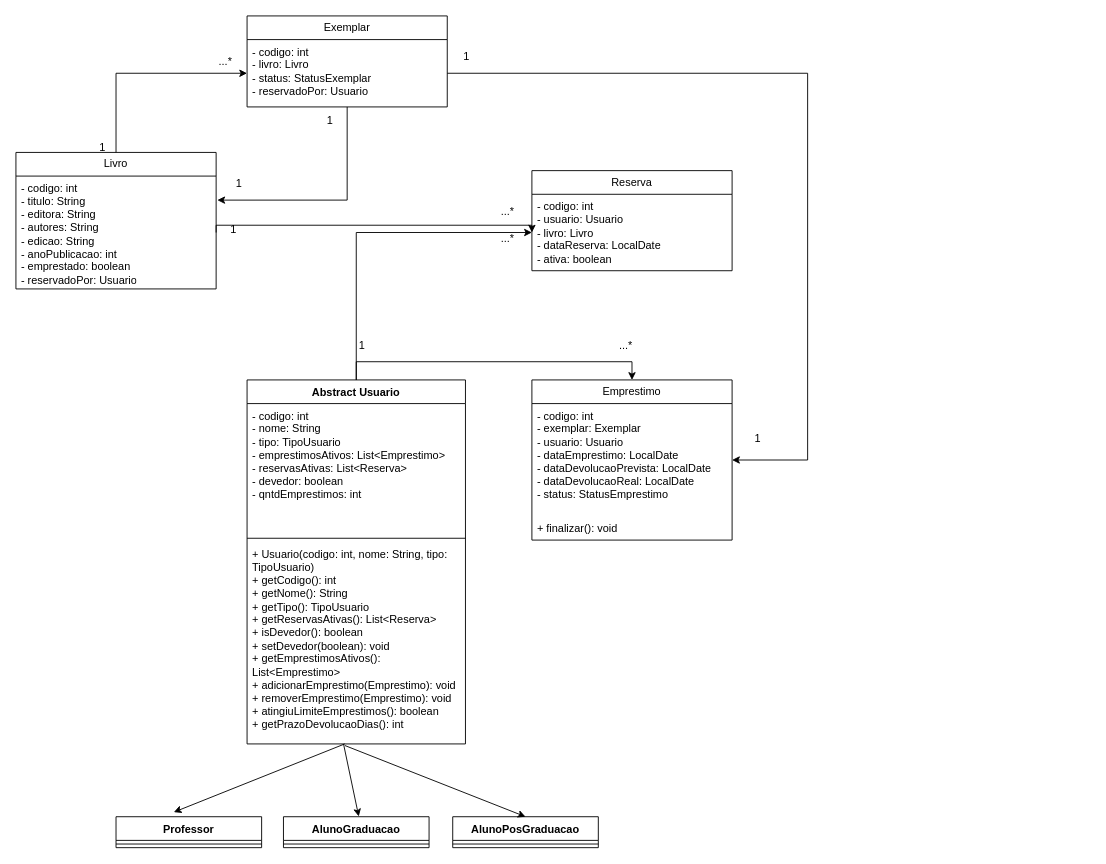
Igortpfalcao/TrabalhoEngSoftware keeps this draw.io diagram as docs/Diagrama sem nome.drawio. Above is the earlier version. Source tidied: cells renumbered, new cells numbered last; positions are measured from the earlier drawing's top-left corner, leaving out a move shared by most shapes. Both pictures are drawn from the tidied source at 91%, with x=0, y=0 at pixel (15, 15).
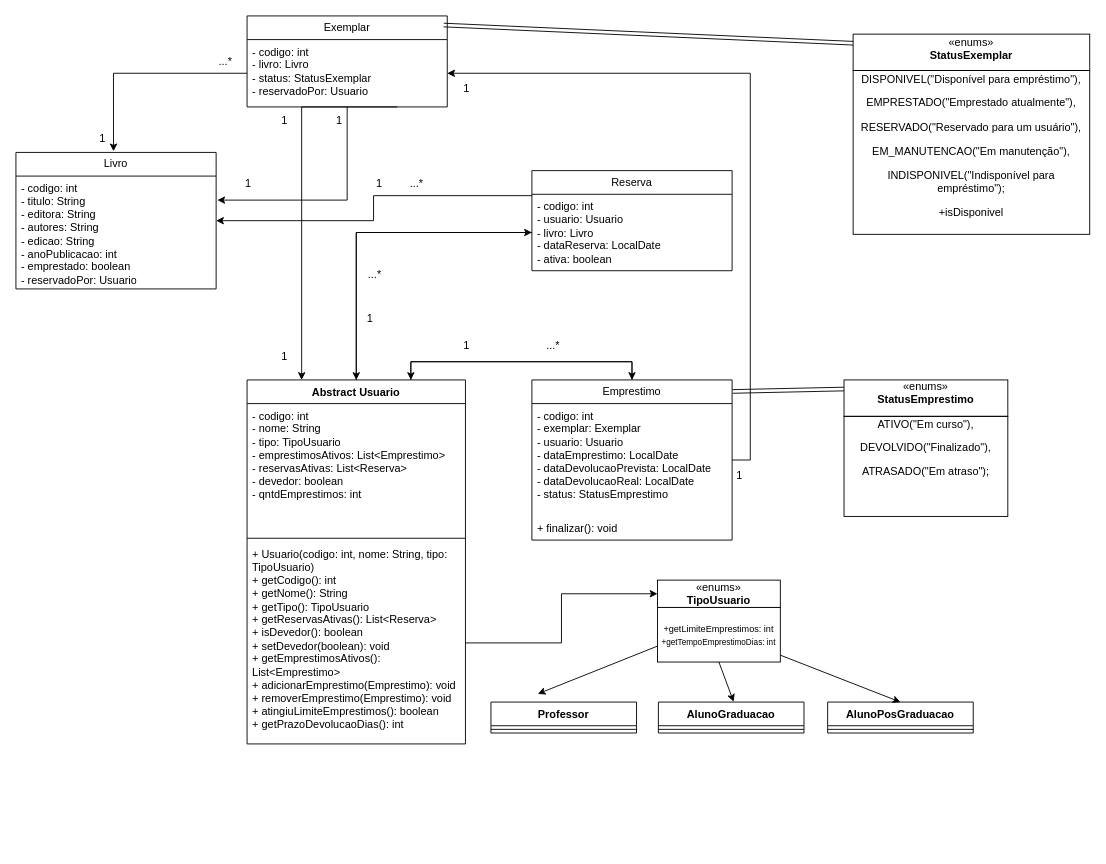
The same page after the edit.

The change refers to these unchanged cells:
```xml
<mxCell id="3" value="Abstract Usuario" style="swimlane;fontStyle=1;align=center;verticalAlign=top;horizontal=1;startSize=26;whiteSpace=wrap;html=1;" parent="1" vertex="1">
  <mxGeometry x="254" y="400" width="240" height="400" as="geometry" />
</mxCell>
<mxCell id="6" value="+ Usuario(codigo: int, nome: String, tipo: TipoUsuario)&lt;br&gt;+ getCodigo(): int&lt;br&gt;+ getNome(): String&lt;br&gt;+ getTipo(): TipoUsuario&lt;br&gt;+ getReservasAtivas(): List&amp;lt;Reserva&amp;gt;&lt;br&gt;+ isDevedor(): boolean&lt;br&gt;+ setDevedor(boolean): void&lt;br&gt;+ getEmprestimosAtivos(): List&amp;lt;Emprestimo&amp;gt;&lt;br&gt;+ adicionarEmprestimo(Emprestimo): void&lt;br&gt;+ removerEmprestimo(Emprestimo): void&lt;br&gt;+ atingiuLimiteEmprestimos(): boolean&lt;br&gt;+ getPrazoDevolucaoDias(): int" style="text;strokeColor=none;fillColor=none;align=left;verticalAlign=top;spacingLeft=4;spacingRight=4;overflow=hidden;points=[[0,0.5],[1,0.5]];portConstraint=eastwest;whiteSpace=wrap;html=1;" parent="3" vertex="1">
  <mxGeometry y="178" width="240" height="222" as="geometry" />
</mxCell>
<mxCell id="16" value="Emprestimo" style="swimlane;fontStyle=0;horizontal=1;startSize=26;fillColor=none;whiteSpace=wrap;html=1;" parent="1" vertex="1">
  <mxGeometry x="567" y="400" width="220" height="176" as="geometry" />
</mxCell>
<mxCell id="17" value="- codigo: int&lt;br&gt;- exemplar: Exemplar&lt;br&gt;- usuario: Usuario&lt;br&gt;- dataEmprestimo: LocalDate&lt;br&gt;- dataDevolucaoPrevista: LocalDate&lt;br&gt;- dataDevolucaoReal: LocalDate&lt;br&gt;- status: StatusEmprestimo" style="text;strokeColor=none;fillColor=none;align=left;verticalAlign=top;spacingLeft=4;spacingRight=4;overflow=hidden;points=[[0,0.5],[1,0.5]];portConstraint=eastwest;whiteSpace=wrap;html=1;" parent="16" vertex="1">
  <mxGeometry y="26" width="220" height="124" as="geometry" />
</mxCell>
<mxCell id="19" value="Reserva" style="swimlane;fontStyle=0;horizontal=1;startSize=26;fillColor=none;whiteSpace=wrap;html=1;" parent="1" vertex="1">
  <mxGeometry x="567" y="170" width="220" height="110" as="geometry" />
</mxCell>
<mxCell id="20" value="- codigo: int&lt;br&gt;- usuario: Usuario&lt;br&gt;- livro: Livro&lt;br&gt;- dataReserva: LocalDate&lt;br&gt;- ativa: boolean" style="text;strokeColor=none;fillColor=none;align=left;verticalAlign=top;spacingLeft=4;spacingRight=4;overflow=hidden;points=[[0,0.5],[1,0.5]];portConstraint=eastwest;whiteSpace=wrap;html=1;" parent="19" vertex="1">
  <mxGeometry y="26" width="220" height="84" as="geometry" />
</mxCell>
<mxCell id="22" value="Livro" style="swimlane;fontStyle=0;horizontal=1;startSize=26;fillColor=none;whiteSpace=wrap;html=1;" parent="1" vertex="1">
  <mxGeometry y="150" width="220" height="150" as="geometry" />
</mxCell>
<mxCell id="23" value="- codigo: int&lt;br&gt;- titulo: String&lt;br&gt;- editora: String&lt;br&gt;- autores: String&lt;br&gt;- edicao: String&lt;br&gt;- anoPublicacao: int&lt;br&gt;- emprestado: boolean&lt;br&gt;- reservadoPor: Usuario" style="text;strokeColor=none;fillColor=none;align=left;verticalAlign=top;spacingLeft=4;spacingRight=4;overflow=hidden;points=[[0,0.5],[1,0.5]];portConstraint=eastwest;whiteSpace=wrap;html=1;" parent="22" vertex="1">
  <mxGeometry y="26" width="220" height="124" as="geometry" />
</mxCell>
<mxCell id="24" value="Exemplar" style="swimlane;fontStyle=0;horizontal=1;startSize=26;fillColor=none;whiteSpace=wrap;html=1;" parent="1" vertex="1">
  <mxGeometry x="254" width="220" height="100" as="geometry" />
</mxCell>
<mxCell id="25" value="- codigo: int&lt;br&gt;- livro: Livro&lt;br&gt;- status: StatusExemplar&lt;br&gt;- reservadoPor: Usuario" style="text;strokeColor=none;fillColor=none;align=left;verticalAlign=top;spacingLeft=4;spacingRight=4;overflow=hidden;points=[[0,0.5],[1,0.5]];portConstraint=eastwest;whiteSpace=wrap;html=1;" parent="24" vertex="1">
  <mxGeometry y="26" width="220" height="74" as="geometry" />
</mxCell>
```

The edit, as a diff of the source:
```diff
@@
-    <mxCell id="2" style="edgeStyle=orthogonalEdgeStyle;rounded=0;jettySize=auto;html=1;exitX=0.5;exitY=0;exitDx=0;exitDy=0;entryX=0.5;entryY=0;entryDx=0;entryDy=0;" parent="1" edge="1" source="3" target="16">
+    <mxCell id="2" style="edgeStyle=orthogonalEdgeStyle;rounded=0;jettySize=auto;html=1;exitX=0.75;exitY=0;exitDx=0;exitDy=0;entryX=0.5;entryY=0;entryDx=0;entryDy=0;" parent="1" edge="1" source="3" target="16">
       <mxGeometry relative="1" as="geometry" />
     </mxCell>
@@
     <mxCell id="7" value="Professor" style="swimlane;fontStyle=1;align=center;verticalAlign=top;horizontal=1;startSize=26;whiteSpace=wrap;html=1;" parent="1" vertex="1">
-      <mxGeometry x="110" y="880" width="160" height="34" as="geometry" />
+      <mxGeometry x="522" y="754" width="160" height="34" as="geometry" />
     </mxCell>
@@
     <mxCell id="9" value="AlunoGraduacao" style="swimlane;fontStyle=1;align=center;verticalAlign=top;horizontal=1;startSize=26;whiteSpace=wrap;html=1;" parent="1" vertex="1">
-      <mxGeometry x="294" y="880" width="160" height="34" as="geometry" />
+      <mxGeometry x="706" y="754" width="160" height="34" as="geometry" />
     </mxCell>
@@
     <mxCell id="11" value="AlunoPosGraduacao" style="swimlane;fontStyle=1;align=center;verticalAlign=top;horizontal=1;startSize=26;whiteSpace=wrap;html=1;" parent="1" vertex="1">
-      <mxGeometry x="480" y="880" width="160" height="34" as="geometry" />
+      <mxGeometry x="892" y="754" width="160" height="34" as="geometry" />
     </mxCell>
@@
     <mxCell id="13" style="endArrow=classic;html=1;rounded=0;exitX=0.447;exitY=1.01;exitDx=0;exitDy=0;exitPerimeter=0;entryX=0.397;entryY=-0.046;entryDx=0;entryDy=0;entryPerimeter=0;" parent="1" edge="1">
       <mxGeometry relative="1" as="geometry">
-        <mxPoint x="361.3" y="800" as="sourcePoint" />
-        <mxPoint x="173.5" y="875" as="targetPoint" />
+        <mxPoint x="761.3" y="670" as="sourcePoint" />
+        <mxPoint x="573.5" y="745" as="targetPoint" />
       </mxGeometry>
     </mxCell>
-    <mxCell id="14" style="endArrow=classic;html=1;rounded=0;exitX=0.477;exitY=1.016;exitDx=0;exitDy=0;exitPerimeter=0;entryX=0.517;entryY=-0.009;entryDx=0;entryDy=0;entryPerimeter=0;" parent="1" edge="1" target="9">
-      <mxGeometry relative="1" as="geometry">
-        <mxPoint x="360" y="800" as="sourcePoint" />
-      </mxGeometry>
+    <mxCell id="14" style="endArrow=classic;html=1;rounded=0;exitX=0.5;exitY=1;exitDx=0;exitDy=0;entryX=0.517;entryY=-0.009;entryDx=0;entryDy=0;entryPerimeter=0;" parent="1" edge="1" source="59" target="9">
+      <mxGeometry relative="1" as="geometry" />
     </mxCell>
-    <mxCell id="15" style="endArrow=classic;html=1;rounded=0;exitX=0.448;exitY=1.008;exitDx=0;exitDy=0;exitPerimeter=0;entryX=0.5;entryY=0;entryDx=0;entryDy=0;" parent="1" edge="1" source="6" target="11">
-      <mxGeometry relative="1" as="geometry" />
+    <mxCell id="15" style="endArrow=classic;html=1;rounded=0;exitX=0.448;exitY=1.008;exitDx=0;exitDy=0;exitPerimeter=0;entryX=0.5;entryY=0;entryDx=0;entryDy=0;" parent="1" edge="1" target="11">
+      <mxGeometry relative="1" as="geometry">
+        <mxPoint x="761.5" y="671.8" as="sourcePoint" />
+      </mxGeometry>
     </mxCell>
+    <mxCell id="41" style="edgeStyle=orthogonalEdgeStyle;rounded=0;jettySize=auto;html=1;exitX=0.5;exitY=0;exitDx=0;exitDy=0;entryX=0.75;entryY=0;entryDx=0;entryDy=0;" parent="1" edge="1" source="16" target="3">
+      <mxGeometry relative="1" as="geometry" />
+    </mxCell>
@@
+    <mxCell id="42" style="edgeStyle=orthogonalEdgeStyle;rounded=0;jettySize=auto;html=1;exitX=0;exitY=0.25;exitDx=0;exitDy=0;" parent="1" edge="1" source="19" target="23">
+      <mxGeometry relative="1" as="geometry">
+        <Array as="points">
+          <mxPoint x="393" y="197" />
+          <mxPoint x="393" y="225" />
+        </Array>
+      </mxGeometry>
+    </mxCell>
@@
-    <mxCell id="21" style="edgeStyle=orthogonalEdgeStyle;rounded=0;jettySize=auto;html=1;exitX=0.5;exitY=0;exitDx=0;exitDy=0;" parent="1" edge="1" source="22" target="25">
-      <mxGeometry relative="1" as="geometry" />
-    </mxCell>
@@
+    <mxCell id="43" style="edgeStyle=orthogonalEdgeStyle;rounded=0;jettySize=auto;html=1;exitX=0.75;exitY=1;exitDx=0;exitDy=0;entryX=0.25;entryY=0;entryDx=0;entryDy=0;" parent="1" edge="1" source="24" target="3">
+      <mxGeometry relative="1" as="geometry">
+        <Array as="points">
+          <mxPoint x="314" y="100" />
+        </Array>
+      </mxGeometry>
+    </mxCell>
@@
     <mxCell id="26" value="1" style="text;html=1;align=center;verticalAlign=middle;strokeColor=none;fillColor=none;" parent="1" vertex="1">
-      <mxGeometry x="365" y="348" width="30" height="30" as="geometry" />
+      <mxGeometry x="480" y="348" width="30" height="30" as="geometry" />
     </mxCell>
     <mxCell id="27" value="...*" style="text;html=1;align=center;verticalAlign=middle;strokeColor=none;fillColor=none;" parent="1" vertex="1">
-      <mxGeometry x="650" y="348" width="40" height="30" as="geometry" />
+      <mxGeometry x="570" y="348" width="40" height="30" as="geometry" />
     </mxCell>
@@
     <mxCell id="29" value="...*" style="text;html=1;align=center;verticalAlign=middle;strokeColor=none;fillColor=none;" parent="1" vertex="1">
-      <mxGeometry x="520" y="200" width="40" height="30" as="geometry" />
+      <mxGeometry x="420" y="170" width="40" height="30" as="geometry" />
     </mxCell>
     <mxCell id="30" value="1" style="text;html=1;align=center;verticalAlign=middle;points=[];strokeColor=none;fillColor=none;" parent="1" vertex="1">
-      <mxGeometry x="80" y="130" width="30" height="30" as="geometry" />
+      <mxGeometry x="80" y="120" width="30" height="30" as="geometry" />
     </mxCell>
@@
-    <mxCell id="32" style="edgeStyle=orthogonalEdgeStyle;rounded=0;jettySize=auto;html=1;exitX=1;exitY=0.5;exitDx=0;exitDy=0;entryX=0;entryY=0.5;entryDx=0;entryDy=0;" parent="1" edge="1" source="23" target="20">
-      <mxGeometry relative="1" as="geometry">
-        <Array as="points">
-          <mxPoint x="220" y="230" />
-          <mxPoint x="567" y="230" />
-        </Array>
-      </mxGeometry>
-    </mxCell>
     <mxCell id="33" value="1" style="text;html=1;align=center;verticalAlign=middle;strokeColor=none;fillColor=none;" parent="1" vertex="1">
-      <mxGeometry x="224" y="220" width="30" height="30" as="geometry" />
+      <mxGeometry x="384" y="170" width="30" height="30" as="geometry" />
     </mxCell>
     <mxCell id="34" value="...*" style="text;html=1;align=center;verticalAlign=middle;strokeColor=none;fillColor=none;" parent="1" vertex="1">
-      <mxGeometry x="520" y="230" width="40" height="30" as="geometry" />
+      <mxGeometry x="374" y="270" width="40" height="30" as="geometry" />
     </mxCell>
@@
     <mxCell id="36" value="1" style="text;html=1;align=center;verticalAlign=middle;strokeColor=none;fillColor=none;" parent="1" vertex="1">
-      <mxGeometry x="230" y="170" width="30" height="30" as="geometry" />
+      <mxGeometry x="240" y="170" width="30" height="30" as="geometry" />
     </mxCell>
     <mxCell id="37" value="1" style="text;html=1;align=center;verticalAlign=middle;strokeColor=none;fillColor=none;" parent="1" vertex="1">
-      <mxGeometry x="330" y="100" width="30" height="30" as="geometry" />
+      <mxGeometry x="340" y="100" width="30" height="30" as="geometry" />
     </mxCell>
-    <mxCell id="38" style="edgeStyle=orthogonalEdgeStyle;rounded=0;jettySize=auto;html=1;entryX=1;entryY=0.5;entryDx=0;entryDy=0;" parent="1" edge="1" source="25" target="17">
-      <mxGeometry relative="1" as="geometry">
-        <Array as="points">
-          <mxPoint x="870" y="63" />
-          <mxPoint x="870" y="488" />
-        </Array>
-      </mxGeometry>
-    </mxCell>
     <mxCell id="39" value="1" style="text;html=1;align=center;verticalAlign=middle;strokeColor=none;fillColor=none;" parent="1" vertex="1">
-      <mxGeometry x="480" y="30" width="30" height="30" as="geometry" />
+      <mxGeometry x="480" y="65" width="30" height="30" as="geometry" />
     </mxCell>
     <mxCell id="40" value="1" style="text;html=1;align=center;verticalAlign=middle;strokeColor=none;fillColor=none;" parent="1" vertex="1">
-      <mxGeometry x="800" y="450" width="30" height="30" as="geometry" />
+      <mxGeometry x="780" y="490" width="30" height="30" as="geometry" />
     </mxCell>
+    <mxCell id="44" value="1" style="text;html=1;align=center;verticalAlign=middle;strokeColor=none;fillColor=none;" parent="1" vertex="1">
+      <mxGeometry x="374" y="318" width="30" height="30" as="geometry" />
+    </mxCell>
+    <mxCell id="45" value="«enums»&lt;br&gt;&lt;div&gt;&lt;b&gt;TipoUsuario&lt;/b&gt;&lt;/div&gt;" style="html=1;whiteSpace=wrap;" parent="1" vertex="1">
+      <mxGeometry x="705" y="620" width="135" height="30" as="geometry" />
+    </mxCell>
+    <mxCell id="46" value="&lt;div&gt;«enums»&lt;/div&gt;&lt;div&gt;&lt;b&gt;StatusExemplar&lt;/b&gt;&lt;/div&gt;&lt;div&gt;&lt;p&gt;DISPONIVEL(&quot;Disponível para empréstimo&quot;),&lt;/p&gt;&lt;p&gt;    EMPRESTADO(&quot;Emprestado atualmente&quot;),&lt;/p&gt;&lt;p&gt;    RESERVADO(&quot;Reservado para um usuário&quot;),&lt;/p&gt;&lt;p&gt;    EM_MANUTENCAO(&quot;Em manutenção&quot;),&lt;/p&gt;&lt;p&gt;INDISPONIVEL(&quot;Indisponível para empréstimo&quot;);&lt;/p&gt;&lt;p&gt;+isDisponivel&lt;/p&gt;&lt;br&gt;&lt;/div&gt;&lt;div&gt;&lt;b&gt;&lt;br&gt;&lt;/b&gt;&lt;/div&gt;&lt;div&gt;&lt;b&gt;&lt;br&gt;&lt;/b&gt;&lt;/div&gt;" style="html=1;whiteSpace=wrap;" parent="1" vertex="1">
+      <mxGeometry x="920" y="60" width="260" height="180" as="geometry" />
+    </mxCell>
+    <mxCell id="47" style="rounded=0;whiteSpace=wrap;html=1;fillColor=none;" parent="1" vertex="1">
+      <mxGeometry x="920" y="20" width="260" height="40" as="geometry" />
+    </mxCell>
+    <mxCell id="48" style="edgeStyle=orthogonalEdgeStyle;rounded=0;jettySize=auto;html=1;entryX=0;entryY=0.5;entryDx=0;entryDy=0;" parent="1" edge="1" source="6" target="45">
+      <mxGeometry relative="1" as="geometry" />
+    </mxCell>
+    <mxCell id="49" style="shape=link;html=1;rounded=0;entryX=0;entryY=0.25;entryDx=0;entryDy=0;" parent="1" edge="1" target="47">
+      <mxGeometry relative="1" as="geometry">
+        <mxPoint x="470" y="10" as="sourcePoint" />
+      </mxGeometry>
+    </mxCell>
+    <mxCell id="50" value="&lt;div&gt;«enums»&lt;/div&gt;&lt;div&gt;&lt;b&gt;StatusEmprestimo&lt;/b&gt;&lt;/div&gt;&lt;div&gt;&lt;p&gt;ATIVO(&quot;Em curso&quot;),&lt;/p&gt;&lt;p&gt;    DEVOLVIDO(&quot;Finalizado&quot;),&lt;/p&gt;&lt;p&gt;    ATRASADO(&quot;Em atraso&quot;);&lt;/p&gt;&lt;p&gt;&lt;br&gt;&lt;/p&gt;&lt;br&gt;&lt;/div&gt;&lt;div&gt;&lt;b&gt;&lt;br&gt;&lt;/b&gt;&lt;/div&gt;&lt;div&gt;&lt;b&gt;&lt;br&gt;&lt;/b&gt;&lt;/div&gt;" style="html=1;whiteSpace=wrap;" parent="1" vertex="1">
+      <mxGeometry x="910" y="440" width="180" height="110" as="geometry" />
+    </mxCell>
+    <mxCell id="51" value="&lt;div&gt;&lt;br&gt;&lt;/div&gt;&lt;div&gt;&lt;br&gt;&lt;/div&gt;&lt;div&gt;&lt;br&gt;&lt;/div&gt;&lt;div&gt;&lt;br&gt;&lt;/div&gt;" style="rounded=0;whiteSpace=wrap;html=1;fillColor=none;" parent="1" vertex="1">
+      <mxGeometry x="910" y="400" width="180" height="40" as="geometry" />
+    </mxCell>
+    <mxCell id="52" style="shape=link;html=1;rounded=0;entryX=0;entryY=0.25;entryDx=0;entryDy=0;exitX=1.002;exitY=0.072;exitDx=0;exitDy=0;exitPerimeter=0;" parent="1" edge="1" source="16" target="51">
+      <mxGeometry relative="1" as="geometry" />
+    </mxCell>
+    <mxCell id="53" style="edgeStyle=orthogonalEdgeStyle;rounded=0;jettySize=auto;html=1;entryX=0.5;entryY=0;entryDx=0;entryDy=0;" parent="1" edge="1" source="20" target="3">
+      <mxGeometry relative="1" as="geometry" />
+    </mxCell>
+    <mxCell id="54" style="edgeStyle=orthogonalEdgeStyle;rounded=0;jettySize=auto;html=1;exitX=1;exitY=0.5;exitDx=0;exitDy=0;entryX=1;entryY=0.5;entryDx=0;entryDy=0;" parent="1" edge="1" source="17" target="25">
+      <mxGeometry relative="1" as="geometry" />
+    </mxCell>
+    <mxCell id="55" style="edgeStyle=orthogonalEdgeStyle;rounded=0;jettySize=auto;html=1;exitX=0;exitY=0.5;exitDx=0;exitDy=0;entryX=0.908;entryY=0.958;entryDx=0;entryDy=0;entryPerimeter=0;" parent="1" edge="1" source="25" target="30">
+      <mxGeometry relative="1" as="geometry" />
+    </mxCell>
+    <mxCell id="56" value="1" style="text;html=1;align=center;verticalAlign=middle;strokeColor=none;fillColor=none;" parent="1" vertex="1">
+      <mxGeometry x="280" y="100" width="30" height="30" as="geometry" />
+    </mxCell>
+    <mxCell id="57" value="1" style="text;html=1;align=center;verticalAlign=middle;strokeColor=none;fillColor=none;" parent="1" vertex="1">
+      <mxGeometry x="280" y="360" width="30" height="30" as="geometry" />
+    </mxCell>
+    <mxCell id="58" style="endArrow=classic;html=1;rounded=0;exitX=0.477;exitY=1.016;exitDx=0;exitDy=0;exitPerimeter=0;entryX=0.517;entryY=-0.009;entryDx=0;entryDy=0;entryPerimeter=0;" parent="1" edge="1">
+      <mxGeometry relative="1" as="geometry">
+        <mxPoint x="760" y="670" as="sourcePoint" />
+        <mxPoint x="754.1" y="649.1" as="targetPoint" />
+      </mxGeometry>
+    </mxCell>
+    <mxCell id="59" value="&lt;div&gt;&lt;font size=&quot;1&quot;&gt;+getLimiteEmprestimos: int&lt;/font&gt;&lt;/div&gt;&lt;div&gt;&lt;font style=&quot;font-size: 9px;&quot;&gt;+getTempoEmprestimoDias: int&lt;/font&gt;&lt;/div&gt;" style="rounded=0;whiteSpace=wrap;html=1;" parent="1" vertex="1">
+      <mxGeometry x="705" y="650" width="135" height="60" as="geometry" />
+    </mxCell>
```
